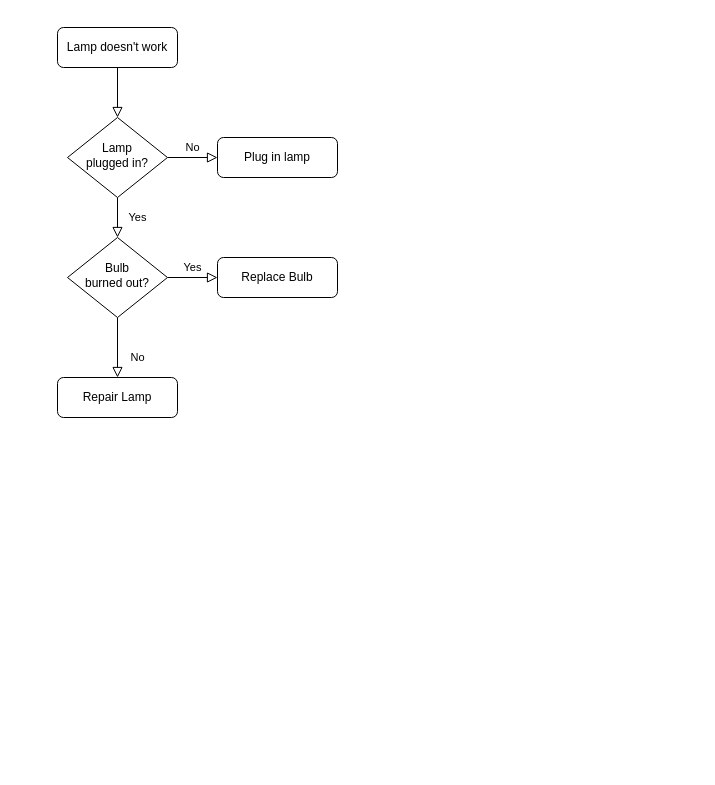
Above: purchase.drawio in yahyazakaria22/Storefront-Backend-Project (draw.io), before the change. Source tidied: cells renumbered, new cells numbered last; positions are measured from the earlier drawing's top-left corner, leaving out a move shared by most shapes. Both pictures are drawn from the tidied source at 100%, with x=0, y=0 at pixel (57, 27).
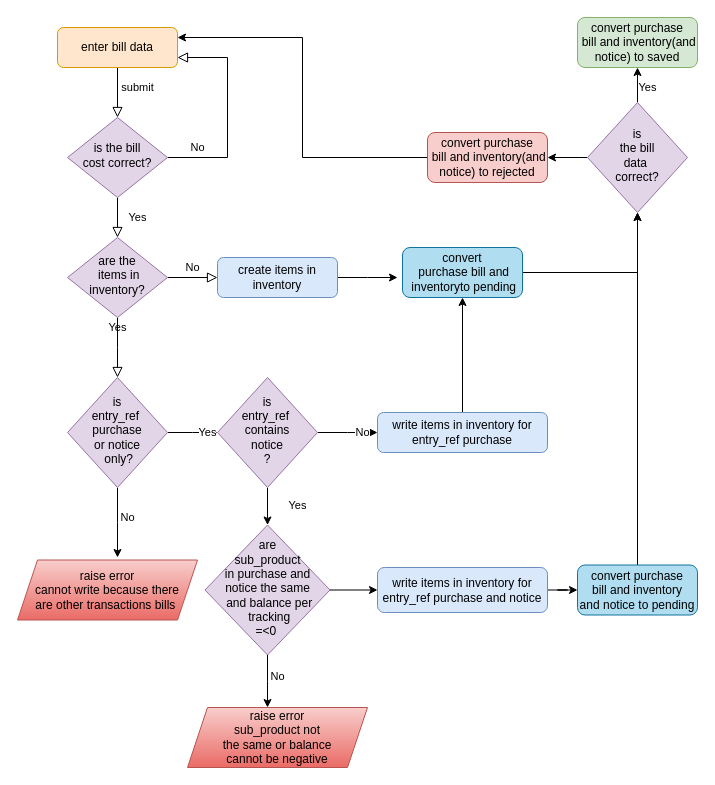
After the change.

What changed in the source:
```diff
@@
-    <mxCell id="2" style="rounded=0;html=1;jettySize=auto;fontSize=11;endArrow=block;endFill=0;endSize=8;strokeWidth=1;shadow=0;labelBackgroundColor=none;edgeStyle=orthogonalEdgeStyle;" parent="1" edge="1" source="3" target="6">
-      <mxGeometry relative="1" as="geometry" />
+    <mxCell id="2" value="submit" style="rounded=0;html=1;jettySize=auto;fontSize=11;endArrow=block;endFill=0;endSize=8;strokeWidth=1;shadow=0;labelBackgroundColor=none;edgeStyle=orthogonalEdgeStyle;" parent="1" edge="1" source="3" target="6">
+      <mxGeometry x="-0.2" y="20" relative="1" as="geometry" />
     </mxCell>
-    <mxCell id="3" value="Lamp doesn't work" style="rounded=1;whiteSpace=wrap;html=1;fontSize=12;glass=0;strokeWidth=1;shadow=0;" parent="1" vertex="1">
+    <mxCell id="3" value="enter bill data" style="rounded=1;whiteSpace=wrap;html=1;fontSize=12;glass=0;strokeWidth=1;shadow=0;fillColor=#ffe6cc;strokeColor=#d79b00;" parent="1" vertex="1">
       <mxGeometry width="120" height="40" as="geometry" />
     </mxCell>
@@
-    <mxCell id="5" value="No" style="edgeStyle=orthogonalEdgeStyle;rounded=0;html=1;jettySize=auto;fontSize=11;endArrow=block;endFill=0;endSize=8;strokeWidth=1;shadow=0;labelBackgroundColor=none;" parent="1" edge="1" source="6" target="7">
-      <mxGeometry y="10" relative="1" as="geometry" />
+    <mxCell id="5" value="No" style="edgeStyle=orthogonalEdgeStyle;rounded=0;html=1;jettySize=auto;fontSize=11;endArrow=block;endFill=0;endSize=8;strokeWidth=1;shadow=0;labelBackgroundColor=none;entryX=1;entryY=0.75;entryDx=0;entryDy=0;" parent="1" edge="1" source="6" target="3">
+      <mxGeometry x="-0.71" y="10" relative="1" as="geometry">
+        <Array as="points">
+          <mxPoint x="170" y="130" />
+          <mxPoint x="170" y="30" />
+        </Array>
+      </mxGeometry>
     </mxCell>
-    <mxCell id="6" value="Lamp&lt;br&gt;plugged in?" style="rhombus;whiteSpace=wrap;html=1;shadow=0;fontFamily=Helvetica;fontSize=12;align=center;strokeWidth=1;spacing=6;spacingTop=-4;" parent="1" vertex="1">
+    <mxCell id="6" value="is the bill &lt;br&gt;cost&amp;nbsp;correct?" style="rhombus;whiteSpace=wrap;html=1;shadow=0;fontFamily=Helvetica;fontSize=12;align=center;strokeWidth=1;spacing=6;spacingTop=-4;fillColor=#e1d5e7;strokeColor=#9673a6;" parent="1" vertex="1">
       <mxGeometry x="10" y="90" width="100" height="80" as="geometry" />
     </mxCell>
-    <mxCell id="7" value="Plug in lamp" style="rounded=1;whiteSpace=wrap;html=1;fontSize=12;glass=0;strokeWidth=1;shadow=0;" parent="1" vertex="1">
-      <mxGeometry x="160" y="110" width="120" height="40" as="geometry" />
-    </mxCell>
-    <mxCell id="8" value="No" style="rounded=0;html=1;jettySize=auto;fontSize=11;endArrow=block;endFill=0;endSize=8;strokeWidth=1;shadow=0;labelBackgroundColor=none;edgeStyle=orthogonalEdgeStyle;" parent="1" edge="1" source="10" target="11">
-      <mxGeometry x="0.33" y="20" relative="1" as="geometry" />
+    <mxCell id="8" value="Yes" style="rounded=0;html=1;jettySize=auto;fontSize=11;endArrow=block;endFill=0;endSize=8;strokeWidth=1;shadow=0;labelBackgroundColor=none;edgeStyle=orthogonalEdgeStyle;" parent="1" edge="1" source="10">
+      <mxGeometry y="20" relative="1" as="geometry">
+        <mxPoint x="60" y="350" as="targetPoint" />
+      </mxGeometry>
     </mxCell>
-    <mxCell id="9" value="Yes" style="edgeStyle=orthogonalEdgeStyle;rounded=0;html=1;jettySize=auto;fontSize=11;endArrow=block;endFill=0;endSize=8;strokeWidth=1;shadow=0;labelBackgroundColor=none;" parent="1" edge="1" source="10" target="12">
+    <mxCell id="9" value="No" style="edgeStyle=orthogonalEdgeStyle;rounded=0;html=1;jettySize=auto;fontSize=11;endArrow=block;endFill=0;endSize=8;strokeWidth=1;shadow=0;labelBackgroundColor=none;" parent="1" edge="1" source="10" target="12">
       <mxGeometry y="10" relative="1" as="geometry" />
     </mxCell>
-    <mxCell id="10" value="Bulb&lt;br&gt;burned out?" style="rhombus;whiteSpace=wrap;html=1;shadow=0;fontFamily=Helvetica;fontSize=12;align=center;strokeWidth=1;spacing=6;spacingTop=-4;" parent="1" vertex="1">
+    <mxCell id="10" value="are the&lt;br&gt;&amp;nbsp;items in inventory?" style="rhombus;whiteSpace=wrap;html=1;shadow=0;fontFamily=Helvetica;fontSize=12;align=center;strokeWidth=1;spacing=6;spacingTop=-4;fillColor=#e1d5e7;strokeColor=#9673a6;" parent="1" vertex="1">
       <mxGeometry x="10" y="210" width="100" height="80" as="geometry" />
     </mxCell>
-    <mxCell id="11" value="Repair Lamp" style="rounded=1;whiteSpace=wrap;html=1;fontSize=12;glass=0;strokeWidth=1;shadow=0;" parent="1" vertex="1">
-      <mxGeometry y="350" width="120" height="40" as="geometry" />
-    </mxCell>
+    <mxCell id="13" style="edgeStyle=orthogonalEdgeStyle;rounded=0;jettySize=auto;html=1;" parent="1" edge="1" source="12">
+      <mxGeometry relative="1" as="geometry">
+        <mxPoint x="340" y="250" as="targetPoint" />
+      </mxGeometry>
+    </mxCell>
-    <mxCell id="12" value="Replace Bulb" style="rounded=1;whiteSpace=wrap;html=1;fontSize=12;glass=0;strokeWidth=1;shadow=0;" parent="1" vertex="1">
+    <mxCell id="12" value="create items in inventory" style="rounded=1;whiteSpace=wrap;html=1;fontSize=12;glass=0;strokeWidth=1;shadow=0;fillColor=#dae8fc;strokeColor=#6c8ebf;" parent="1" vertex="1">
       <mxGeometry x="160" y="230" width="120" height="40" as="geometry" />
     </mxCell>
+    <mxCell id="14" value="Yes" style="edgeStyle=orthogonalEdgeStyle;rounded=0;jettySize=auto;html=1;" parent="1" edge="1" source="16">
+      <mxGeometry y="15" relative="1" as="geometry">
+        <mxPoint x="160" y="405" as="targetPoint" />
+      </mxGeometry>
+    </mxCell>
+    <mxCell id="15" value="No" style="edgeStyle=orthogonalEdgeStyle;rounded=0;jettySize=auto;html=1;" parent="1" edge="1" source="16">
+      <mxGeometry x="-0.14" y="10" relative="1" as="geometry">
+        <mxPoint x="60" y="530" as="targetPoint" />
+      </mxGeometry>
+    </mxCell>
+    <mxCell id="16" value="is &lt;br&gt;entry_ref&amp;nbsp;&lt;br&gt;purchase &lt;br&gt;or&amp;nbsp;notice&lt;br&gt;&amp;nbsp;only?" style="rhombus;whiteSpace=wrap;html=1;shadow=0;fontFamily=Helvetica;fontSize=12;align=center;strokeWidth=1;spacing=6;spacingTop=-4;fillColor=#e1d5e7;strokeColor=#9673a6;" parent="1" vertex="1">
+      <mxGeometry x="10" y="350" width="100" height="110" as="geometry" />
+    </mxCell>
+    <mxCell id="17" value="No" style="edgeStyle=orthogonalEdgeStyle;rounded=0;jettySize=auto;html=1;" parent="1" edge="1" source="19">
+      <mxGeometry y="15" relative="1" as="geometry">
+        <mxPoint x="320" y="405" as="targetPoint" />
+      </mxGeometry>
+    </mxCell>
+    <mxCell id="18" value="Yes" style="edgeStyle=orthogonalEdgeStyle;rounded=0;jettySize=auto;html=1;entryX=0.5;entryY=0;entryDx=0;entryDy=0;" parent="1" edge="1" source="19" target="24">
+      <mxGeometry x="0.06" y="10" relative="1" as="geometry">
+        <mxPoint x="20" as="offset" />
+      </mxGeometry>
+    </mxCell>
+    <mxCell id="19" value="is &lt;br&gt;entry_ref&amp;nbsp;&lt;br&gt;contains &lt;br&gt;notice&lt;br&gt;?" style="rhombus;whiteSpace=wrap;html=1;shadow=0;fontFamily=Helvetica;fontSize=12;align=center;strokeWidth=1;spacing=6;spacingTop=-4;fillColor=#e1d5e7;strokeColor=#9673a6;" parent="1" vertex="1">
+      <mxGeometry x="160" y="350" width="100" height="110" as="geometry" />
+    </mxCell>
+    <mxCell id="20" style="edgeStyle=orthogonalEdgeStyle;rounded=0;jettySize=auto;html=1;entryX=0.5;entryY=1;entryDx=0;entryDy=0;" parent="1" edge="1" source="21" target="30">
+      <mxGeometry relative="1" as="geometry" />
+    </mxCell>
+    <mxCell id="21" value="write items in inventory for entry_ref purchase" style="rounded=1;whiteSpace=wrap;html=1;fontSize=12;glass=0;strokeWidth=1;shadow=0;fillColor=#dae8fc;strokeColor=#6c8ebf;" parent="1" vertex="1">
+      <mxGeometry x="320" y="385" width="170" height="40" as="geometry" />
+    </mxCell>
+    <mxCell id="22" value="No" style="edgeStyle=orthogonalEdgeStyle;rounded=0;jettySize=auto;html=1;" parent="1" edge="1" source="24">
+      <mxGeometry x="-0.2" y="10" relative="1" as="geometry">
+        <mxPoint x="210" y="680" as="targetPoint" />
+      </mxGeometry>
+    </mxCell>
+    <mxCell id="23" style="edgeStyle=orthogonalEdgeStyle;rounded=0;jettySize=auto;html=1;entryX=0;entryY=0.5;entryDx=0;entryDy=0;" parent="1" edge="1" source="24" target="26">
+      <mxGeometry relative="1" as="geometry" />
+    </mxCell>
+    <mxCell id="24" value="are &lt;br&gt;sub_product&lt;br&gt;in purchase&amp;nbsp;and&lt;br&gt;notice the same&lt;br&gt;&amp;nbsp;and&amp;nbsp;balance per&lt;br&gt;&amp;nbsp;tracking&lt;br&gt;=&amp;lt;0&amp;nbsp;" style="rhombus;whiteSpace=wrap;html=1;shadow=0;fontFamily=Helvetica;fontSize=12;align=center;strokeWidth=1;spacing=6;spacingTop=-4;fillColor=#e1d5e7;strokeColor=#9673a6;" parent="1" vertex="1">
+      <mxGeometry x="147.5" y="497.5" width="125" height="130" as="geometry" />
+    </mxCell>
+    <mxCell id="25" style="edgeStyle=orthogonalEdgeStyle;rounded=0;jettySize=auto;html=1;entryX=0;entryY=0.5;entryDx=0;entryDy=0;" parent="1" edge="1" source="26" target="32">
+      <mxGeometry relative="1" as="geometry" />
+    </mxCell>
+    <mxCell id="26" value="write items in inventory for entry_ref purchase and notice" style="rounded=1;whiteSpace=wrap;html=1;fontSize=12;glass=0;strokeWidth=1;shadow=0;fillColor=#dae8fc;strokeColor=#6c8ebf;" parent="1" vertex="1">
+      <mxGeometry x="320" y="540" width="170" height="45" as="geometry" />
+    </mxCell>
+    <mxCell id="27" value="raise error &lt;br&gt;sub_product not &lt;br&gt;the same or balance &lt;br&gt;cannot be negative" style="shape=parallelogram;perimeter=parallelogramPerimeter;whiteSpace=wrap;html=1;fixedSize=1;fillColor=#f8cecc;strokeColor=#b85450;gradientColor=#ea6b66;" parent="1" vertex="1">
+      <mxGeometry x="130" y="680" width="180" height="60" as="geometry" />
+    </mxCell>
+    <mxCell id="28" value="raise error &lt;br&gt;cannot write because there &lt;br&gt;are other transactions bills&amp;nbsp;&lt;br&gt;" style="shape=parallelogram;perimeter=parallelogramPerimeter;whiteSpace=wrap;html=1;fixedSize=1;fillColor=#f8cecc;strokeColor=#b85450;gradientColor=#ea6b66;" parent="1" vertex="1">
+      <mxGeometry x="-40" y="532.5" width="180" height="60" as="geometry" />
+    </mxCell>
+    <mxCell id="29" style="edgeStyle=orthogonalEdgeStyle;rounded=0;jettySize=auto;html=1;" parent="1" edge="1" source="30" target="35">
+      <mxGeometry relative="1" as="geometry" />
+    </mxCell>
+    <mxCell id="30" value="convert&lt;br&gt;&amp;nbsp;purchase bill and&lt;br&gt;&amp;nbsp;inventoryto pending" style="rounded=1;whiteSpace=wrap;html=1;fontSize=12;glass=0;strokeWidth=1;shadow=0;fillColor=#b1ddf0;strokeColor=#10739e;" parent="1" vertex="1">
+      <mxGeometry x="345" y="220" width="120" height="50" as="geometry" />
+    </mxCell>
+    <mxCell id="31" style="edgeStyle=orthogonalEdgeStyle;rounded=0;jettySize=auto;html=1;entryX=0.5;entryY=1;entryDx=0;entryDy=0;" parent="1" edge="1" source="32" target="35">
+      <mxGeometry relative="1" as="geometry" />
+    </mxCell>
+    <mxCell id="32" value="convert purchase&lt;br&gt;bill and inventory &lt;br&gt;and notice to pending" style="rounded=1;whiteSpace=wrap;html=1;fontSize=12;glass=0;strokeWidth=1;shadow=0;fillColor=#b1ddf0;strokeColor=#10739e;" parent="1" vertex="1">
+      <mxGeometry x="520" y="537.5" width="120" height="50" as="geometry" />
+    </mxCell>
+    <mxCell id="33" value="Yes" style="edgeStyle=orthogonalEdgeStyle;rounded=0;jettySize=auto;html=1;exitX=0.5;exitY=0;exitDx=0;exitDy=0;" parent="1" edge="1" source="35">
+      <mxGeometry x="-0.14" y="-10" relative="1" as="geometry">
+        <mxPoint x="580" y="40" as="targetPoint" />
+      </mxGeometry>
+    </mxCell>
+    <mxCell id="34" style="edgeStyle=orthogonalEdgeStyle;rounded=0;jettySize=auto;html=1;entryX=1;entryY=0.5;entryDx=0;entryDy=0;" parent="1" edge="1" source="35" target="38">
+      <mxGeometry relative="1" as="geometry" />
+    </mxCell>
+    <mxCell id="35" value="is&lt;br&gt;the bill &lt;br&gt;data&amp;nbsp;&lt;br&gt;correct?" style="rhombus;whiteSpace=wrap;html=1;shadow=0;fontFamily=Helvetica;fontSize=12;align=center;strokeWidth=1;spacing=6;spacingTop=-4;fillColor=#e1d5e7;strokeColor=#9673a6;" parent="1" vertex="1">
+      <mxGeometry x="530" y="75" width="100" height="110" as="geometry" />
+    </mxCell>
+    <mxCell id="36" value="convert purchase&lt;br style=&quot;border-color: var(--border-color);&quot;&gt;&amp;nbsp;bill and inventory(and notice) to saved" style="rounded=1;whiteSpace=wrap;html=1;fontSize=12;glass=0;strokeWidth=1;shadow=0;fillColor=#d5e8d4;strokeColor=#82b366;" parent="1" vertex="1">
+      <mxGeometry x="520" y="-10" width="120" height="50" as="geometry" />
+    </mxCell>
+    <mxCell id="37" style="edgeStyle=orthogonalEdgeStyle;rounded=0;jettySize=auto;html=1;entryX=1;entryY=0.25;entryDx=0;entryDy=0;" parent="1" edge="1" source="38" target="3">
+      <mxGeometry relative="1" as="geometry" />
+    </mxCell>
+    <mxCell id="38" value="convert purchase&lt;br style=&quot;border-color: var(--border-color);&quot;&gt;&amp;nbsp;bill and inventory(and notice) to rejected" style="rounded=1;whiteSpace=wrap;html=1;fontSize=12;glass=0;strokeWidth=1;shadow=0;fillColor=#f8cecc;strokeColor=#b85450;" parent="1" vertex="1">
+      <mxGeometry x="370" y="105" width="120" height="50" as="geometry" />
+    </mxCell>
```
